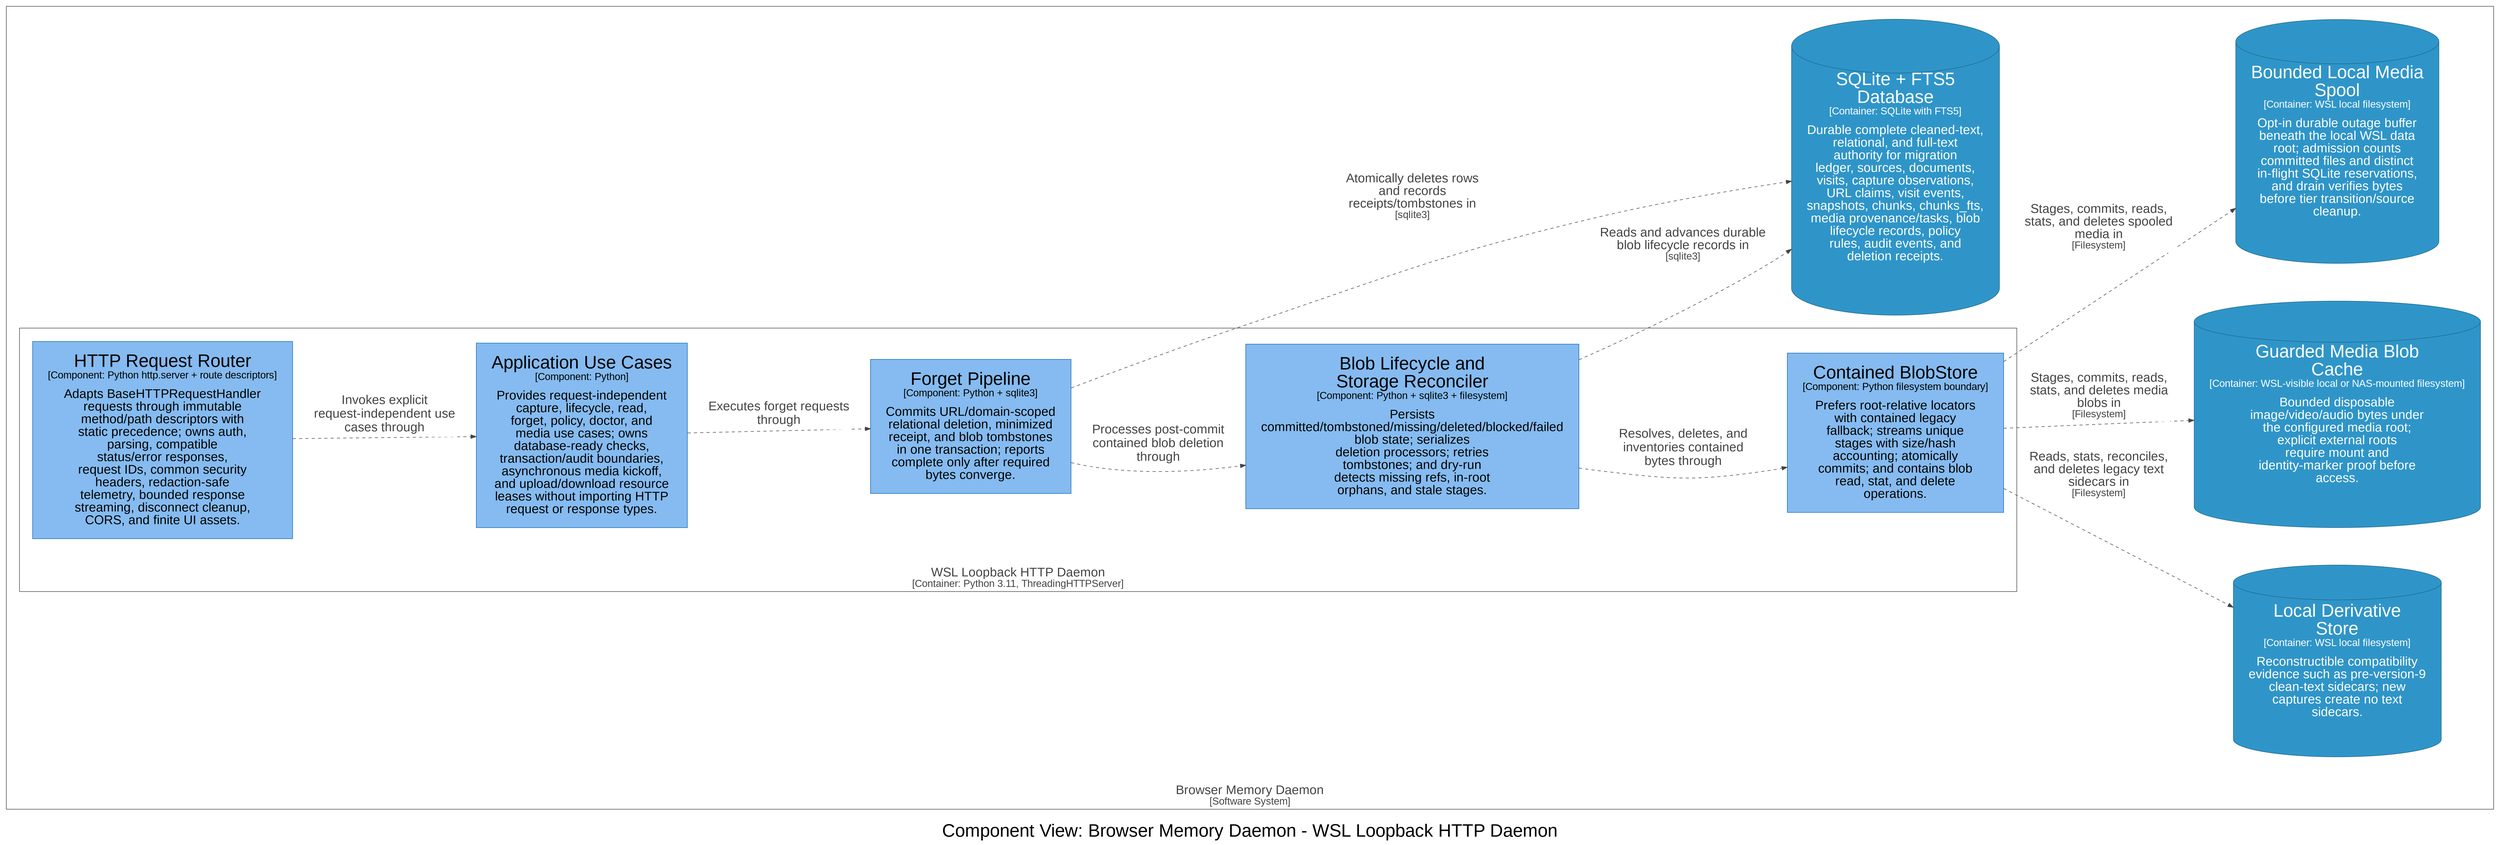
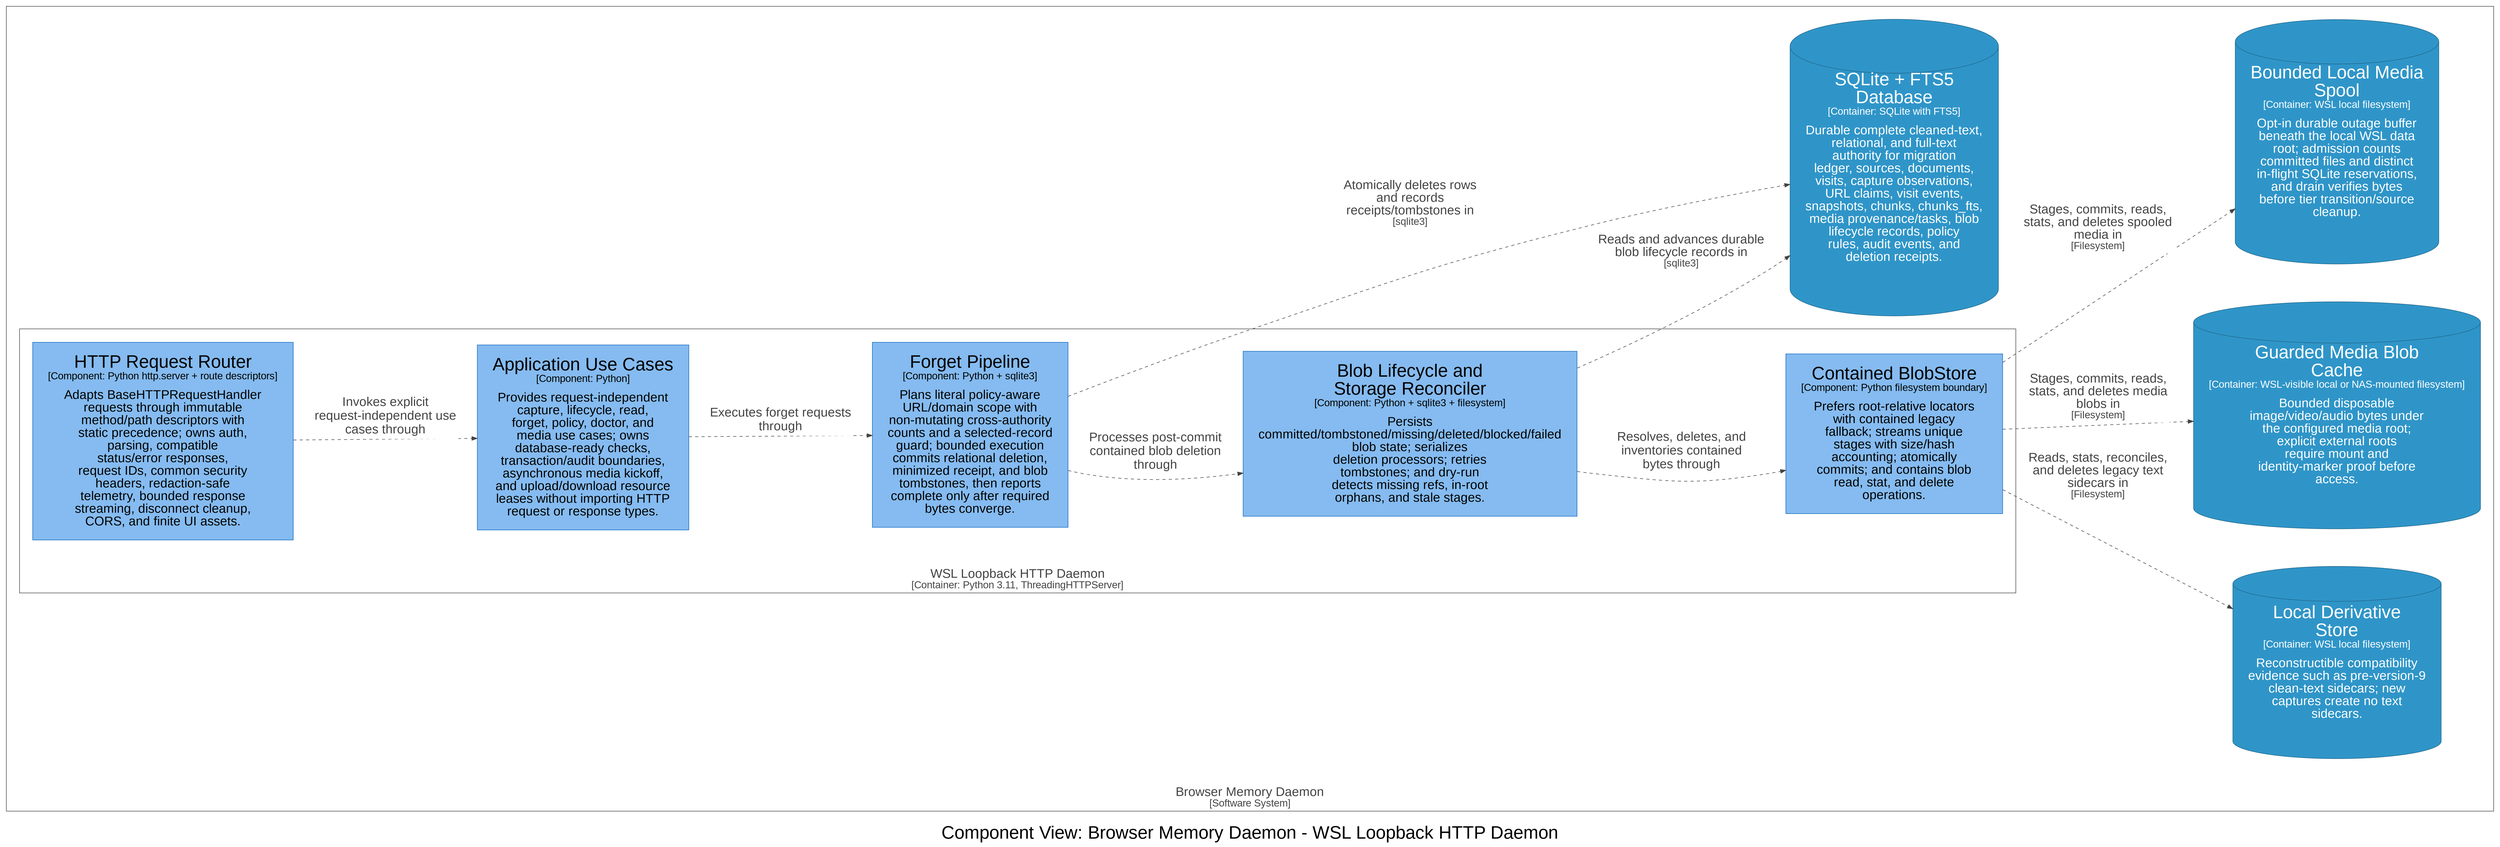
digraph {
  compound=true
  graph [fontname="Arial", rankdir=LR, ranksep=1.0, nodesep=1.0]
  node [fontname="Arial", shape=box, margin="0.4,0.3"]
  edge [fontname="Arial"]
  label=<<br /><font point-size="34">Component View: Browser Memory Daemon - WSL Loopback HTTP Daemon</font>>

  subgraph cluster_4 {
    margin=25
    label=<<font point-size="24"><br />Browser Memory Daemon</font><br /><font point-size="19">[Software System]</font>>
    labelloc=b
    color="#444444"
    fontcolor="#444444"
    fillcolor="#444444"

    subgraph cluster_22 {
      margin=25
      label=<<font point-size="24"><br />WSL Loopback HTTP Daemon</font><br /><font point-size="19">[Container: Python 3.11, ThreadingHTTPServer]</font>>
      labelloc=b
      color="#444444"
      fontcolor="#444444"
      fillcolor="#444444"

      23 [id=23,shape=rect, label=<<font point-size="34">HTTP Request Router</font><br /><font point-size="19">[Component: Python http.server + route descriptors]</font><br /><br /><font point-size="24">Adapts BaseHTTPRequestHandler<br />requests through immutable<br />method/path descriptors with<br />static precedence; owns auth,<br />parsing, compatible<br />status/error responses,<br />request IDs, common security<br />headers, redaction-safe<br />telemetry, bounded response<br />streaming, disconnect cleanup,<br />CORS, and finite UI assets.</font>>, style=filled, color="#1168bd", fillcolor="#85bbf0", fontcolor="#000000"]
      24 [id=24,shape=rect, label=<<font point-size="34">Application Use Cases</font><br /><font point-size="19">[Component: Python]</font><br /><br /><font point-size="24">Provides request-independent<br />capture, lifecycle, read,<br />forget, policy, doctor, and<br />media use cases; owns<br />database-ready checks,<br />transaction/audit boundaries,<br />asynchronous media kickoff,<br />and upload/download resource<br />leases without importing HTTP<br />request or response types.</font>>, style=filled, color="#1168bd", fillcolor="#85bbf0", fontcolor="#000000"]
      39 [id=39,shape=rect, label=<<font point-size="34">Contained BlobStore</font><br /><font point-size="19">[Component: Python filesystem boundary]</font><br /><br /><font point-size="24">Prefers root-relative locators<br />with contained legacy<br />fallback; streams unique<br />stages with size/hash<br />accounting; atomically<br />commits; and contains blob<br />read, stat, and delete<br />operations.</font>>, style=filled, color="#1168bd", fillcolor="#85bbf0", fontcolor="#000000"]
      40 [id=40,shape=rect, label=<<font point-size="34">Blob Lifecycle and<br />Storage Reconciler</font><br /><font point-size="19">[Component: Python + sqlite3 + filesystem]</font><br /><br /><font point-size="24">Persists<br />committed/tombstoned/missing/deleted/blocked/failed<br />blob state; serializes<br />deletion processors; retries<br />tombstones; and dry-run<br />detects missing refs, in-root<br />orphans, and stale stages.</font>>, style=filled, color="#1168bd", fillcolor="#85bbf0", fontcolor="#000000"]
-       42 [id=42,shape=rect, label=<<font point-size="34">Forget Pipeline</font><br /><font point-size="19">[Component: Python + sqlite3]</font><br /><br /><font point-size="24">Commits URL/domain-scoped<br />relational deletion, minimized<br />receipt, and blob tombstones<br />in one transaction; reports<br />complete only after required<br />bytes converge.</font>>, style=filled, color="#1168bd", fillcolor="#85bbf0", fontcolor="#000000"]
+       42 [id=42,shape=rect, label=<<font point-size="34">Forget Pipeline</font><br /><font point-size="19">[Component: Python + sqlite3]</font><br /><br /><font point-size="24">Plans literal policy-aware<br />URL/domain scope with<br />non-mutating cross-authority<br />counts and a selected-record<br />guard; bounded execution<br />commits relational deletion,<br />minimized receipt, and blob<br />tombstones, then reports<br />complete only after required<br />bytes converge.</font>>, style=filled, color="#1168bd", fillcolor="#85bbf0", fontcolor="#000000"]
    }

    48 [id=48,shape=cylinder, label=<<font point-size="34">SQLite + FTS5<br />Database</font><br /><font point-size="19">[Container: SQLite with FTS5]</font><br /><br /><font point-size="24">Durable complete cleaned-text,<br />relational, and full-text<br />authority for migration<br />ledger, sources, documents,<br />visits, capture observations,<br />URL claims, visit events,<br />snapshots, chunks, chunks_fts,<br />media provenance/tasks, blob<br />lifecycle records, policy<br />rules, audit events, and<br />deletion receipts.</font>>, style=filled, color="#20688c", fillcolor="#2f95c8", fontcolor="#ffffff"]
    49 [id=49,shape=cylinder, label=<<font point-size="34">Local Derivative<br />Store</font><br /><font point-size="19">[Container: WSL local filesystem]</font><br /><br /><font point-size="24">Reconstructible compatibility<br />evidence such as pre-version-9<br />clean-text sidecars; new<br />captures create no text<br />sidecars.</font>>, style=filled, color="#20688c", fillcolor="#2f95c8", fontcolor="#ffffff"]
    50 [id=50,shape=cylinder, label=<<font point-size="34">Guarded Media Blob<br />Cache</font><br /><font point-size="19">[Container: WSL-visible local or NAS-mounted filesystem]</font><br /><br /><font point-size="24">Bounded disposable<br />image/video/audio bytes under<br />the configured media root;<br />explicit external roots<br />require mount and<br />identity-marker proof before<br />access.</font>>, style=filled, color="#20688c", fillcolor="#2f95c8", fontcolor="#ffffff"]
    51 [id=51,shape=cylinder, label=<<font point-size="34">Bounded Local Media<br />Spool</font><br /><font point-size="19">[Container: WSL local filesystem]</font><br /><br /><font point-size="24">Opt-in durable outage buffer<br />beneath the local WSL data<br />root; admission counts<br />committed files and distinct<br />in-flight SQLite reservations,<br />and drain verifies bytes<br />before tier transition/source<br />cleanup.</font>>, style=filled, color="#20688c", fillcolor="#2f95c8", fontcolor="#ffffff"]
  }

  23 -> 24 [id=114, label=<<TABLE BORDER="0" CELLBORDER="0" CELLSPACING="0" CELLPADDING="4" BGCOLOR="white"><TR><TD><font point-size="24">Invokes explicit<br />request-independent use<br />cases through</font></TD></TR></TABLE>>, style="dashed", color="#444444", fontcolor="#444444"]
  24 -> 42 [id=124, label=<<TABLE BORDER="0" CELLBORDER="0" CELLSPACING="0" CELLPADDING="4" BGCOLOR="white"><TR><TD><font point-size="24">Executes forget requests<br />through</font></TD></TR></TABLE>>, style="dashed", color="#444444", fontcolor="#444444"]
  42 -> 48 [id=154, label=<<TABLE BORDER="0" CELLBORDER="0" CELLSPACING="0" CELLPADDING="4" BGCOLOR="white"><TR><TD><font point-size="24">Atomically deletes rows<br />and records<br />receipts/tombstones in</font><br /><font point-size="19">[sqlite3]</font></TD></TR></TABLE>>, style="dashed", color="#444444", fontcolor="#444444"]
  42 -> 40 [id=155, label=<<TABLE BORDER="0" CELLBORDER="0" CELLSPACING="0" CELLPADDING="4" BGCOLOR="white"><TR><TD><font point-size="24">Processes post-commit<br />contained blob deletion<br />through</font></TD></TR></TABLE>>, style="dashed", color="#444444", fontcolor="#444444"]
  40 -> 48 [id=156, label=<<TABLE BORDER="0" CELLBORDER="0" CELLSPACING="0" CELLPADDING="4" BGCOLOR="white"><TR><TD><font point-size="24">Reads and advances durable<br />blob lifecycle records in</font><br /><font point-size="19">[sqlite3]</font></TD></TR></TABLE>>, style="dashed", color="#444444", fontcolor="#444444"]
  40 -> 39 [id=157, label=<<TABLE BORDER="0" CELLBORDER="0" CELLSPACING="0" CELLPADDING="4" BGCOLOR="white"><TR><TD><font point-size="24">Resolves, deletes, and<br />inventories contained<br />bytes through</font></TD></TR></TABLE>>, style="dashed", color="#444444", fontcolor="#444444"]
  39 -> 49 [id=158, label=<<TABLE BORDER="0" CELLBORDER="0" CELLSPACING="0" CELLPADDING="4" BGCOLOR="white"><TR><TD><font point-size="24">Reads, stats, reconciles,<br />and deletes legacy text<br />sidecars in</font><br /><font point-size="19">[Filesystem]</font></TD></TR></TABLE>>, style="dashed", color="#444444", fontcolor="#444444"]
  39 -> 50 [id=159, label=<<TABLE BORDER="0" CELLBORDER="0" CELLSPACING="0" CELLPADDING="4" BGCOLOR="white"><TR><TD><font point-size="24">Stages, commits, reads,<br />stats, and deletes media<br />blobs in</font><br /><font point-size="19">[Filesystem]</font></TD></TR></TABLE>>, style="dashed", color="#444444", fontcolor="#444444"]
  39 -> 51 [id=160, label=<<TABLE BORDER="0" CELLBORDER="0" CELLSPACING="0" CELLPADDING="4" BGCOLOR="white"><TR><TD><font point-size="24">Stages, commits, reads,<br />stats, and deletes spooled<br />media in</font><br /><font point-size="19">[Filesystem]</font></TD></TR></TABLE>>, style="dashed", color="#444444", fontcolor="#444444"]

}